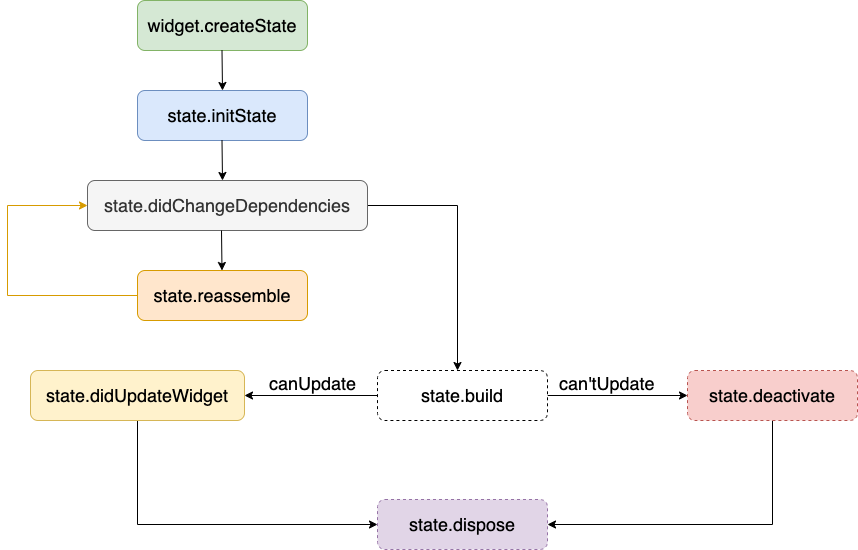
Above: images/state_cycle.png in jinjilynn/flutter_tour (draw.io), before the change. Source tidied: cells renumbered, new cells last; positions are measured from the earlier drawing's top-left corner, leaving out a move shared by most shapes. The source it was exported from:
```xml
<mxGraphModel>
  <root>
    <mxCell id="0" />
    <mxCell id="1" parent="0" />
    <mxCell id="2" value="&lt;font style=&quot;font-size: 18px&quot;&gt;widget.createState&lt;/font&gt;" style="rounded=1;whiteSpace=wrap;html=1;fillColor=#d5e8d4;strokeColor=#82b366;" parent="1" vertex="1">
      <mxGeometry x="130" width="170" height="50" as="geometry" />
    </mxCell>
    <mxCell id="3" style="endArrow=classic;html=1;" parent="1" edge="1">
      <mxGeometry relative="1" as="geometry">
        <mxPoint x="214.5" y="50" as="sourcePoint" />
        <mxPoint x="215" y="90" as="targetPoint" />
      </mxGeometry>
    </mxCell>
    <mxCell id="4" value="&lt;span style=&quot;font-size: 18px&quot;&gt;state.initState&lt;/span&gt;" style="rounded=1;whiteSpace=wrap;html=1;fillColor=#dae8fc;strokeColor=#6c8ebf;" parent="1" vertex="1">
      <mxGeometry x="130" y="90" width="170" height="50" as="geometry" />
    </mxCell>
    <mxCell id="5" style="endArrow=classic;html=1;" parent="1" edge="1">
      <mxGeometry relative="1" as="geometry">
        <mxPoint x="214.5" y="140" as="sourcePoint" />
        <mxPoint x="215" y="180" as="targetPoint" />
      </mxGeometry>
    </mxCell>
    <mxCell id="6" style="edgeStyle=orthogonalEdgeStyle;rounded=0;jettySize=auto;html=1;exitX=1;exitY=0.5;exitDx=0;exitDy=0;" parent="1" edge="1" source="7">
      <mxGeometry relative="1" as="geometry">
        <mxPoint x="450" y="370" as="targetPoint" />
      </mxGeometry>
    </mxCell>
    <mxCell id="7" value="&lt;span style=&quot;font-size: 18px&quot;&gt;state.didChangeDependencies&lt;/span&gt;" style="rounded=1;whiteSpace=wrap;html=1;fillColor=#f5f5f5;strokeColor=#666666;fontColor=#333333;" parent="1" vertex="1">
      <mxGeometry x="80" y="180" width="280" height="50" as="geometry" />
    </mxCell>
    <mxCell id="8" style="edgeStyle=orthogonalEdgeStyle;rounded=0;jettySize=auto;html=1;exitX=0;exitY=0.5;exitDx=0;exitDy=0;entryX=0;entryY=0.5;entryDx=0;entryDy=0;fillColor=#ffe6cc;strokeColor=#d79b00;" parent="1" edge="1" source="9" target="7">
      <mxGeometry relative="1" as="geometry">
        <Array as="points">
          <mxPoint y="295" />
          <mxPoint y="205" />
        </Array>
      </mxGeometry>
    </mxCell>
    <mxCell id="9" value="&lt;span style=&quot;font-size: 18px&quot;&gt;state.&lt;/span&gt;&lt;span style=&quot;font-size: 18px&quot;&gt;reassemble&lt;/span&gt;" style="rounded=1;whiteSpace=wrap;html=1;fillColor=#ffe6cc;strokeColor=#d79b00;" parent="1" vertex="1">
      <mxGeometry x="130" y="270" width="170" height="50" as="geometry" />
    </mxCell>
    <mxCell id="10" style="endArrow=classic;html=1;" parent="1" edge="1">
      <mxGeometry relative="1" as="geometry">
        <mxPoint x="214" y="230" as="sourcePoint" />
        <mxPoint x="214.5" y="270" as="targetPoint" />
      </mxGeometry>
    </mxCell>
    <mxCell id="11" style="edgeStyle=orthogonalEdgeStyle;rounded=0;jettySize=auto;html=1;exitX=0;exitY=0.5;exitDx=0;exitDy=0;entryX=1;entryY=0.5;entryDx=0;entryDy=0;" parent="1" edge="1" source="13" target="15">
      <mxGeometry relative="1" as="geometry" />
    </mxCell>
    <mxCell id="12" style="edgeStyle=orthogonalEdgeStyle;rounded=0;jettySize=auto;html=1;" parent="1" edge="1" source="13">
      <mxGeometry relative="1" as="geometry">
        <mxPoint x="680" y="395" as="targetPoint" />
      </mxGeometry>
    </mxCell>
    <mxCell id="13" value="&lt;span style=&quot;font-size: 18px&quot;&gt;state.build&lt;/span&gt;" style="rounded=1;whiteSpace=wrap;html=1;dashed=1;" parent="1" vertex="1">
      <mxGeometry x="370" y="370" width="170" height="50" as="geometry" />
    </mxCell>
    <mxCell id="14" style="edgeStyle=orthogonalEdgeStyle;rounded=0;jettySize=auto;html=1;exitX=0.5;exitY=1;exitDx=0;exitDy=0;entryX=0;entryY=0.5;entryDx=0;entryDy=0;" parent="1" edge="1" source="15" target="20">
      <mxGeometry relative="1" as="geometry" />
    </mxCell>
    <mxCell id="15" value="&lt;span style=&quot;font-size: 18px&quot;&gt;state.didUpdateWidget&lt;/span&gt;" style="rounded=1;whiteSpace=wrap;html=1;fillColor=#fff2cc;strokeColor=#d6b656;" parent="1" vertex="1">
      <mxGeometry x="23" y="370" width="214" height="50" as="geometry" />
    </mxCell>
    <mxCell id="16" value="&lt;font style=&quot;font-size: 18px&quot;&gt;canUpdate&lt;/font&gt;" style="text;html=1;align=left;verticalAlign=top;spacingTop=-4;" parent="1" vertex="1">
      <mxGeometry x="260" y="370" width="100" height="20" as="geometry" />
    </mxCell>
    <mxCell id="17" value="&lt;font style=&quot;font-size: 18px&quot;&gt;can'tUpdate&lt;/font&gt;" style="text;html=1;align=left;verticalAlign=top;spacingTop=-4;" parent="1" vertex="1">
      <mxGeometry x="550" y="370" width="110" height="20" as="geometry" />
    </mxCell>
    <mxCell id="18" style="edgeStyle=orthogonalEdgeStyle;rounded=0;jettySize=auto;html=1;exitX=0.5;exitY=1;exitDx=0;exitDy=0;entryX=1;entryY=0.5;entryDx=0;entryDy=0;" parent="1" edge="1" source="19" target="20">
      <mxGeometry relative="1" as="geometry" />
    </mxCell>
    <mxCell id="19" value="&lt;span style=&quot;font-size: 18px&quot;&gt;state.deactivate&lt;/span&gt;" style="rounded=1;whiteSpace=wrap;html=1;dashed=1;fillColor=#f8cecc;strokeColor=#b85450;" parent="1" vertex="1">
      <mxGeometry x="680" y="370" width="170" height="50" as="geometry" />
    </mxCell>
    <mxCell id="20" value="&lt;span style=&quot;font-size: 18px&quot;&gt;state.dispose&lt;/span&gt;" style="rounded=1;whiteSpace=wrap;html=1;dashed=1;fillColor=#e1d5e7;strokeColor=#9673a6;" parent="1" vertex="1">
      <mxGeometry x="370" y="499" width="170" height="50" as="geometry" />
    </mxCell>
  </root>
</mxGraphModel>
```
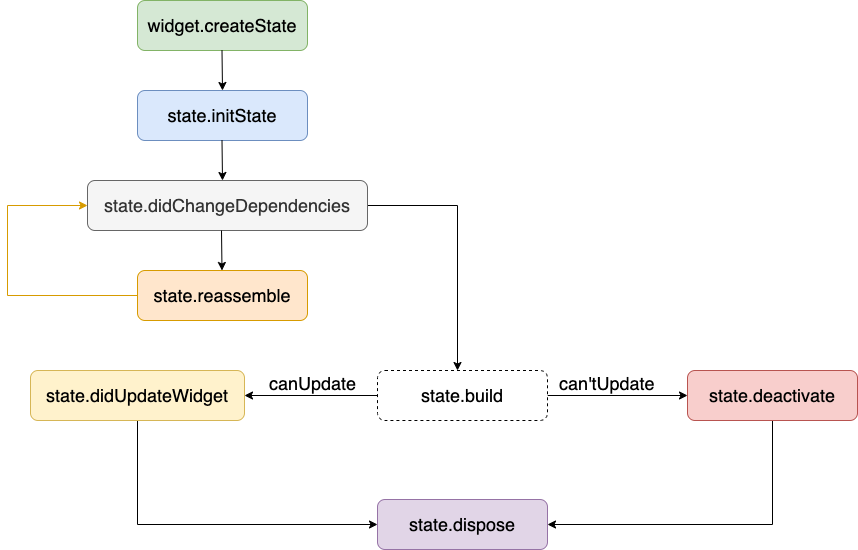
The same diagram one commit later.

What changed in the source:
```diff
@@ -71,10 +71,10 @@
     <mxCell id="18" style="edgeStyle=orthogonalEdgeStyle;rounded=0;jettySize=auto;html=1;exitX=0.5;exitY=1;exitDx=0;exitDy=0;entryX=1;entryY=0.5;entryDx=0;entryDy=0;" parent="1" edge="1" source="19" target="20">
       <mxGeometry relative="1" as="geometry" />
     </mxCell>
-    <mxCell id="19" value="&lt;span style=&quot;font-size: 18px&quot;&gt;state.deactivate&lt;/span&gt;" style="rounded=1;whiteSpace=wrap;html=1;dashed=1;fillColor=#f8cecc;strokeColor=#b85450;" parent="1" vertex="1">
+    <mxCell id="19" value="&lt;span style=&quot;font-size: 18px&quot;&gt;state.deactivate&lt;/span&gt;" style="rounded=1;whiteSpace=wrap;html=1;fillColor=#f8cecc;strokeColor=#b85450;" parent="1" vertex="1">
       <mxGeometry x="680" y="370" width="170" height="50" as="geometry" />
     </mxCell>
-    <mxCell id="20" value="&lt;span style=&quot;font-size: 18px&quot;&gt;state.dispose&lt;/span&gt;" style="rounded=1;whiteSpace=wrap;html=1;dashed=1;fillColor=#e1d5e7;strokeColor=#9673a6;" parent="1" vertex="1">
+    <mxCell id="20" value="&lt;span style=&quot;font-size: 18px&quot;&gt;state.dispose&lt;/span&gt;" style="rounded=1;whiteSpace=wrap;html=1;fillColor=#e1d5e7;strokeColor=#9673a6;" parent="1" vertex="1">
       <mxGeometry x="370" y="499" width="170" height="50" as="geometry" />
     </mxCell>
   </root>
```
